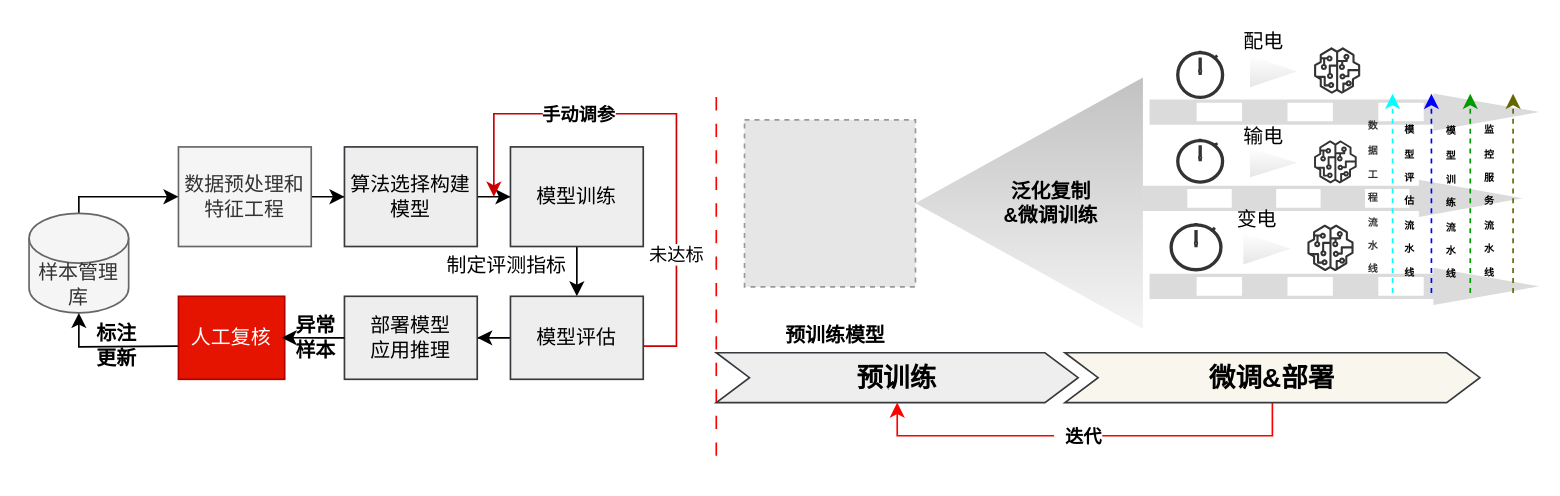
The draw.io diagram page "手动调优和自动调优" (3 of 4) of MLops流程架构.drawio in paleblackless/diagrams, before the edit. Source tidied: cells renumbered, new cells numbered last; positions are measured from the earlier drawing's top-left corner, leaving out a move shared by most shapes. Both pictures are drawn from the tidied source at 166%, with x=0, y=0 at pixel (28, 28). Pictures stored in the file or linked from it are replaced by grey dashed boxes.
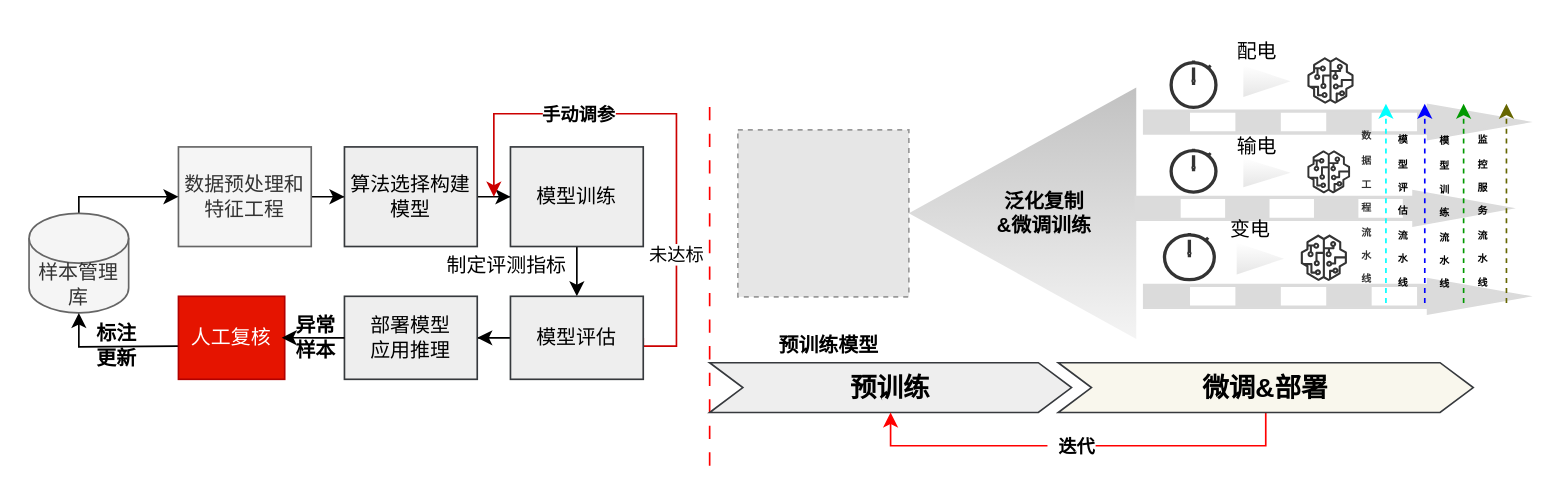
The same diagram, later.

Commit message:
已添加 MLops流程架构.drawio

Change to the diagram source:
```diff
@@
+    <mxCell id="23" style="endArrow=none;html=1;rounded=0;dashed=1;dashPattern=8 8;strokeColor=#FF0000;" parent="1" edge="1">
+      <mxGeometry relative="1" as="geometry">
+        <mxPoint x="410" y="263" as="sourcePoint" />
+        <mxPoint x="410" y="43" as="targetPoint" />
+      </mxGeometry>
+    </mxCell>
@@
-    <mxCell id="22" style="group;" parent="1" vertex="1">
-      <mxGeometry x="414" width="490" height="257" as="geometry" />
-    </mxCell>
-    <mxCell id="23" style="endArrow=none;html=1;rounded=0;dashed=1;dashPattern=8 8;strokeColor=#FF0000;" parent="22" edge="1">
-      <mxGeometry relative="1" as="geometry">
-        <mxPoint y="257" as="sourcePoint" />
-        <mxPoint y="37" as="targetPoint" />
-      </mxGeometry>
-    </mxCell>
-    <mxCell id="24" style="group;strokeWidth=2;" parent="22" vertex="1">
-      <mxGeometry y="195" width="460" height="30" as="geometry" />
+    <mxCell id="24" style="group;strokeWidth=2;" parent="1" vertex="1">
+      <mxGeometry x="410" y="201" width="460" height="30" as="geometry" />
     </mxCell>
@@
-    <mxCell id="29" value="&lt;b&gt;&lt;span style=&quot;white-space: pre;&quot;&gt;&#9;&lt;/span&gt;泛化复制&lt;br&gt;&lt;span style=&quot;white-space: pre;&quot;&gt;&#9;&lt;/span&gt;&amp;amp;微调训练&lt;/b&gt;" style="triangle;whiteSpace=wrap;html=1;rotation=0;fillColor=#DBDBDB;strokeColor=none;gradientColor=#333333;opacity=30;direction=west;" parent="22" vertex="1">
-      <mxGeometry x="120" y="29.2" width="137" height="151.5" as="geometry" />
+    <mxCell id="29" value="&lt;b&gt;&lt;span style=&quot;white-space: pre;&quot;&gt;&#9;&lt;/span&gt;泛化复制&lt;br&gt;&lt;span style=&quot;white-space: pre;&quot;&gt;&#9;&lt;/span&gt;&amp;amp;微调训练&lt;/b&gt;" style="triangle;whiteSpace=wrap;html=1;rotation=0;fillColor=#DBDBDB;strokeColor=none;gradientColor=#333333;opacity=30;direction=west;" parent="1" vertex="1">
+      <mxGeometry x="530" y="35.2" width="137" height="151.5" as="geometry" />
     </mxCell>
-    <mxCell id="30" style="fillColor=#E6E6E6;strokeColor=#999999;dashed=1;verticalLabelPosition=bottom;labelBackgroundColor=default;verticalAlign=top;" parent="22" vertex="1">
-      <mxGeometry x="17" y="54.7" width="103" height="100.6" as="geometry" />
+    <mxCell id="30" style="fillColor=#E6E6E6;strokeColor=#999999;dashed=1;verticalLabelPosition=bottom;labelBackgroundColor=default;verticalAlign=top;" parent="1" vertex="1">
+      <mxGeometry x="427" y="60.7" width="103" height="100.6" as="geometry" />
     </mxCell>
-    <mxCell id="31" value="&lt;b&gt;预训练模型&lt;/b&gt;" style="text;html=1;strokeColor=none;fillColor=none;align=center;verticalAlign=middle;whiteSpace=wrap;rounded=0;" parent="22" vertex="1">
-      <mxGeometry x="32.5" y="169.5" width="78" height="30" as="geometry" />
+    <mxCell id="31" value="&lt;b&gt;预训练模型&lt;/b&gt;" style="text;html=1;strokeColor=none;fillColor=none;align=center;verticalAlign=middle;whiteSpace=wrap;rounded=0;" parent="1" vertex="1">
+      <mxGeometry x="442.5" y="175.5" width="78" height="30" as="geometry" />
     </mxCell>
-    <mxCell id="32" style="verticalLabelPosition=bottom;html=1;verticalAlign=top;strokeWidth=2;shape=mxgraph.lean_mapping.push_arrow;strokeColor=#DBDBDB;" parent="22" vertex="1">
-      <mxGeometry x="262" y="40" width="228" height="20" as="geometry" />
+    <mxCell id="32" style="verticalLabelPosition=bottom;html=1;verticalAlign=top;strokeWidth=2;shape=mxgraph.lean_mapping.push_arrow;strokeColor=#DBDBDB;" parent="1" vertex="1">
+      <mxGeometry x="672" y="46" width="228" height="20" as="geometry" />
     </mxCell>
-    <mxCell id="33" style="verticalLabelPosition=bottom;html=1;verticalAlign=top;strokeWidth=2;shape=mxgraph.lean_mapping.push_arrow;strokeColor=#DBDBDB;" parent="22" vertex="1">
-      <mxGeometry x="257" y="92" width="223" height="20" as="geometry" />
+    <mxCell id="33" style="verticalLabelPosition=bottom;html=1;verticalAlign=top;strokeWidth=2;shape=mxgraph.lean_mapping.push_arrow;strokeColor=#DBDBDB;" parent="1" vertex="1">
+      <mxGeometry x="667" y="98" width="223" height="20" as="geometry" />
     </mxCell>
-    <mxCell id="34" style="verticalLabelPosition=bottom;html=1;verticalAlign=top;strokeWidth=2;shape=mxgraph.lean_mapping.push_arrow;strokeColor=#DBDBDB;" parent="22" vertex="1">
-      <mxGeometry x="262" y="145" width="228" height="20" as="geometry" />
+    <mxCell id="34" style="verticalLabelPosition=bottom;html=1;verticalAlign=top;strokeWidth=2;shape=mxgraph.lean_mapping.push_arrow;strokeColor=#DBDBDB;" parent="1" vertex="1">
+      <mxGeometry x="672" y="151" width="228" height="20" as="geometry" />
     </mxCell>
-    <mxCell id="35" style="group;" parent="22" vertex="1">
-      <mxGeometry x="278" width="110" height="41.2" as="geometry" />
+    <mxCell id="35" style="group;" parent="1" vertex="1">
+      <mxGeometry x="688" y="6" width="110" height="41.2" as="geometry" />
     </mxCell>
@@
-    <mxCell id="40" style="group;" parent="22" vertex="1">
-      <mxGeometry x="278" y="58" width="110" height="37" as="geometry" />
+    <mxCell id="40" style="group;" parent="1" vertex="1">
+      <mxGeometry x="688" y="64" width="110" height="37" as="geometry" />
     </mxCell>
@@
-    <mxCell id="45" style="group;" parent="22" vertex="1">
-      <mxGeometry x="274" y="108" width="110" height="40" as="geometry" />
+    <mxCell id="45" style="group;" parent="1" vertex="1">
+      <mxGeometry x="684" y="114" width="110" height="40" as="geometry" />
     </mxCell>
@@
-    <mxCell id="50" style="group;" parent="22" vertex="1">
-      <mxGeometry x="391" y="39" width="89" height="120" as="geometry" />
+    <mxCell id="50" style="group;" parent="1" vertex="1">
+      <mxGeometry x="801" y="45" width="89" height="120" as="geometry" />
     </mxCell>
```
